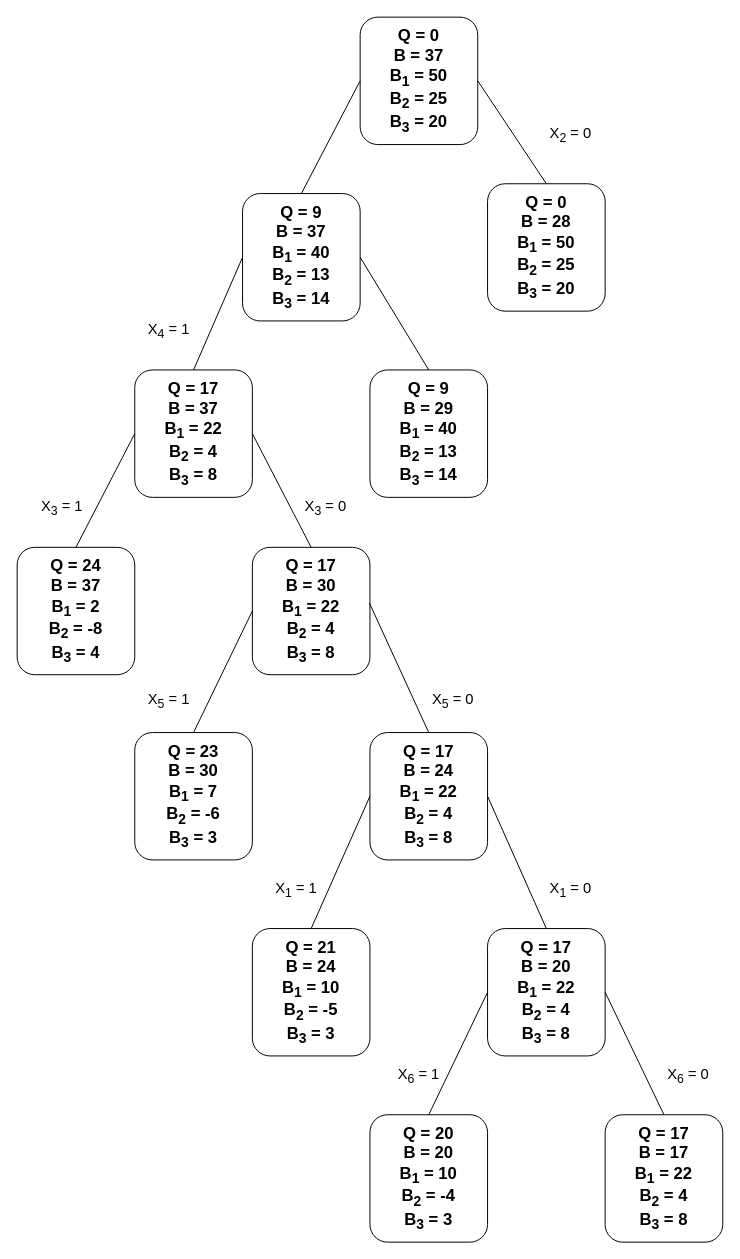
Earlier version of the draw.io diagram tree.drawio (khalidsabih/mathematical_programming). Source tidied: cells renumbered, new cells numbered last; positions are measured from the earlier drawing's top-left corner, leaving out a move shared by most shapes. Both pictures are drawn from the tidied source at 98%, with x=0, y=0 at pixel (17, 17).
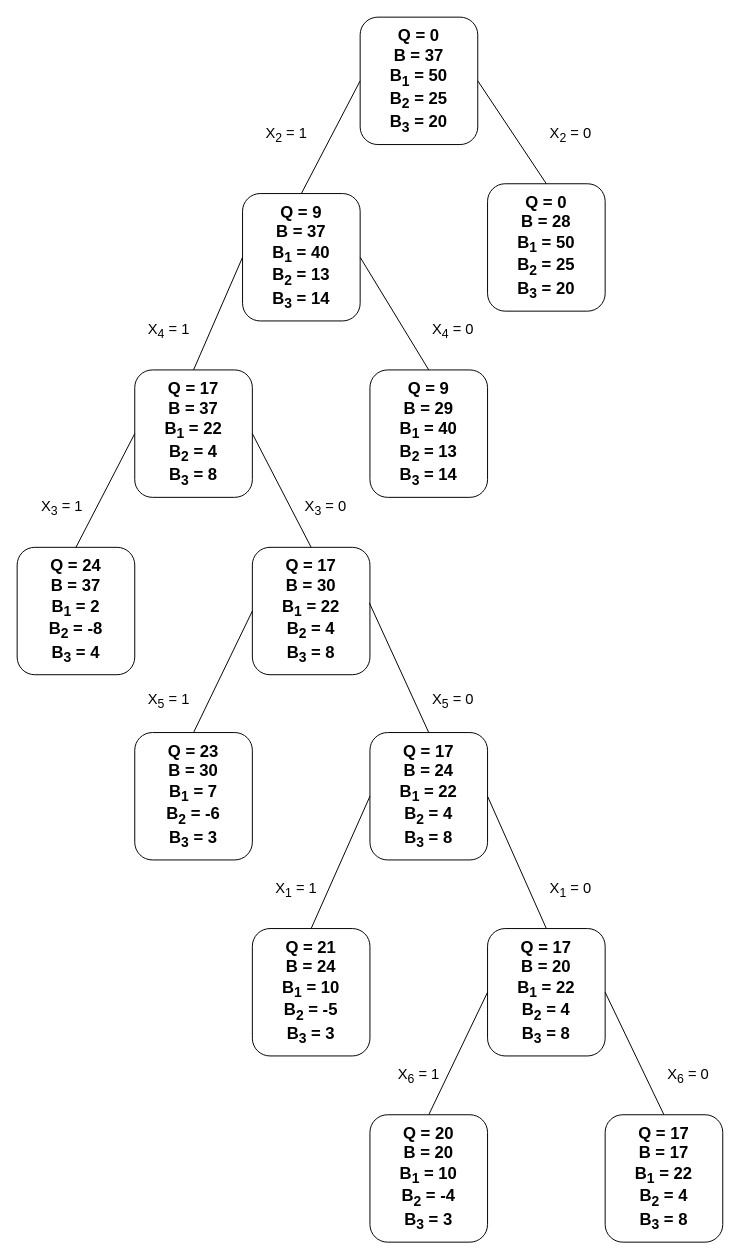
Above is the later version.

What changed in the source:
```diff
@@
+    <mxCell id="37" value="&lt;font style=&quot;font-size: 15px&quot;&gt;X&lt;sub&gt;4&lt;/sub&gt; = 0&lt;/font&gt;" style="text;html=1;strokeColor=none;fillColor=none;align=center;verticalAlign=middle;whiteSpace=wrap;rounded=0;strokeWidth=3;" parent="1" vertex="1">
+      <mxGeometry x="410" y="310" width="70" height="20" as="geometry" />
+    </mxCell>
+    <mxCell id="38" value="&lt;font style=&quot;font-size: 15px&quot;&gt;X&lt;sub&gt;2&lt;/sub&gt; = 1&lt;/font&gt;" style="text;html=1;strokeColor=none;fillColor=none;align=center;verticalAlign=middle;whiteSpace=wrap;rounded=0;strokeWidth=3;" parent="1" vertex="1">
+      <mxGeometry x="240" y="110" width="70" height="20" as="geometry" />
+    </mxCell>
```
